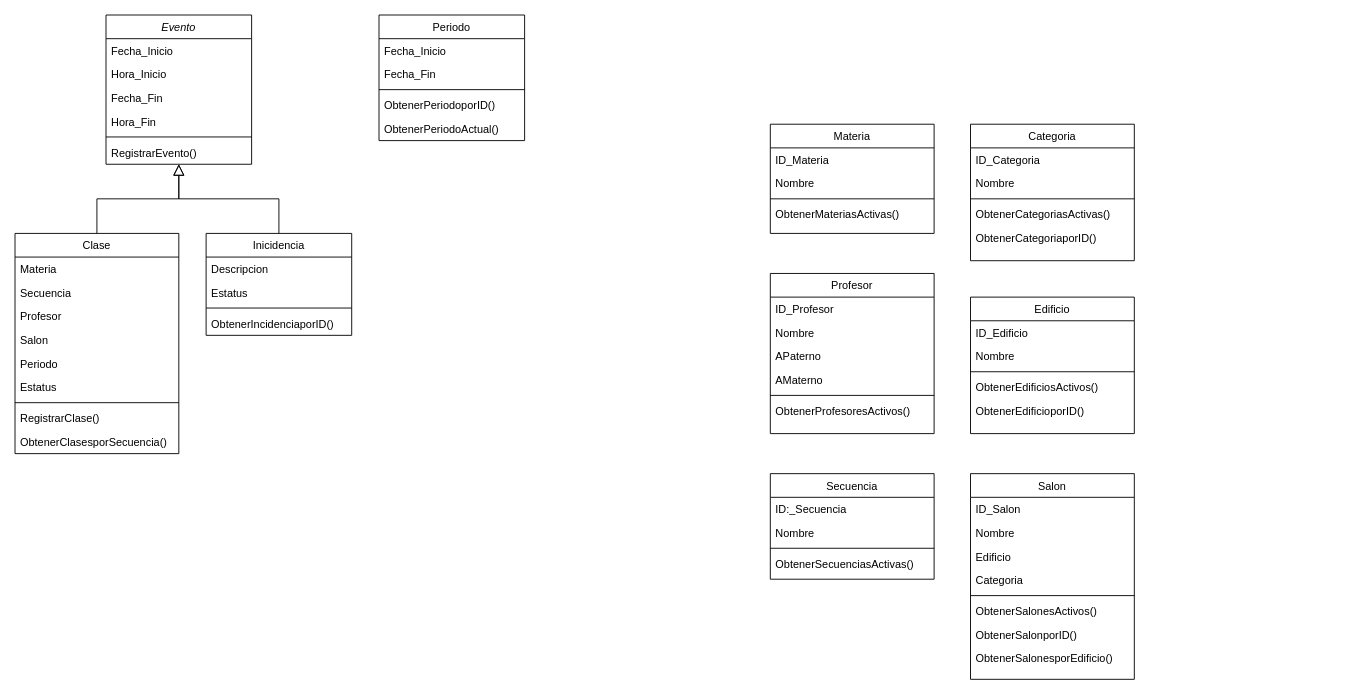
Above: app/Http/Controllers/Diagrama de Clases.drawio in licdavidob/Zeus (draw.io), before the change. Source tidied: cells renumbered, new cells numbered last; positions are measured from the earlier drawing's top-left corner, leaving out a move shared by most shapes. Both pictures are drawn from the tidied source at 91%, with x=0, y=0 at pixel (15, 15).
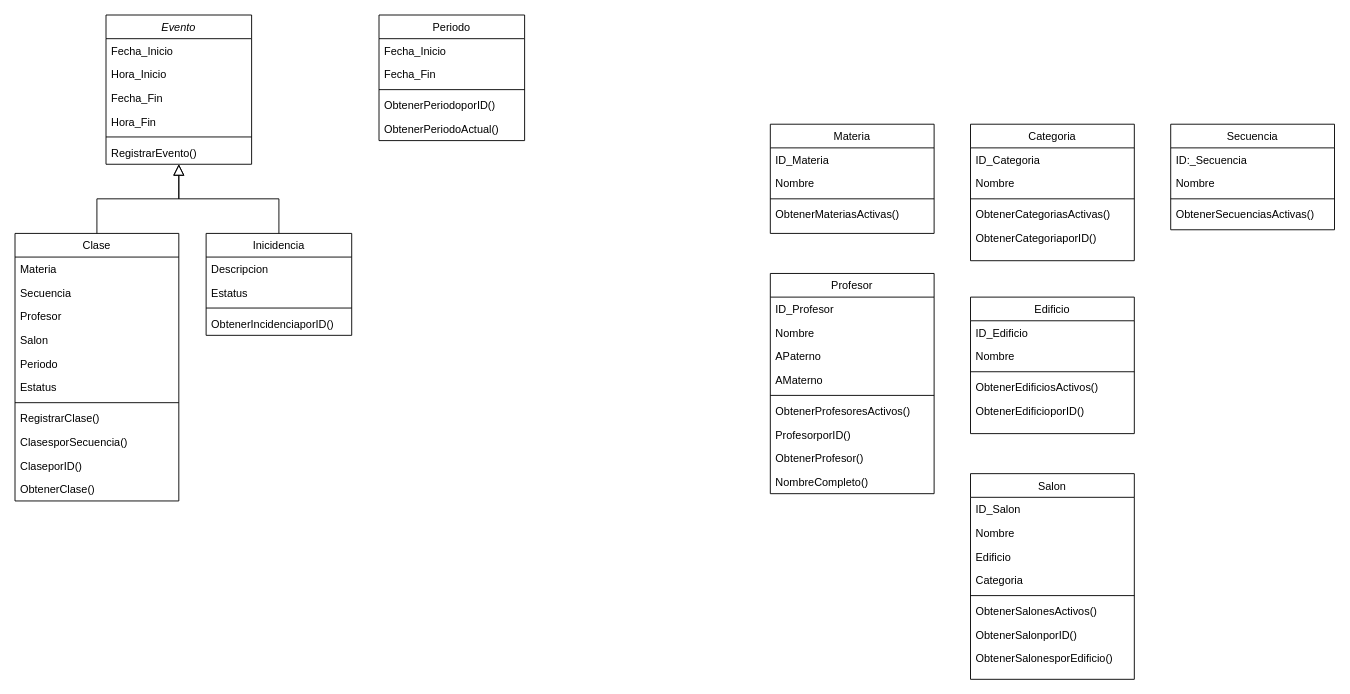
The same diagram, later.

Commit message (it also covers changes not shown here):
Se empezó a trabajar en las clases profesor y clase. Se modifico el diagrama de clases

Diff of the diagram source:
```diff
@@
     <mxCell id="9" value="Clase" style="swimlane;fontStyle=0;align=center;verticalAlign=top;horizontal=1;startSize=26;rounded=0;shadow=0;strokeWidth=1;" parent="1" vertex="1">
-      <mxGeometry y="240" width="180" height="242" as="geometry" />
+      <mxGeometry y="240" width="180" height="294" as="geometry" />
     </mxCell>
@@
-    <mxCell id="18" value="ObtenerClasesporSecuencia()" style="text;align=left;verticalAlign=top;spacingLeft=4;spacingRight=4;overflow=hidden;" parent="9" vertex="1">
+    <mxCell id="18" value="ClasesporSecuencia()" style="text;align=left;verticalAlign=top;spacingLeft=4;spacingRight=4;overflow=hidden;" parent="9" vertex="1">
       <mxGeometry y="216" width="180" height="26" as="geometry" />
     </mxCell>
+    <mxCell id="70" value="ClaseporID()" style="text;align=left;verticalAlign=top;spacingLeft=4;spacingRight=4;overflow=hidden;" parent="9" vertex="1">
+      <mxGeometry y="242" width="180" height="26" as="geometry" />
+    </mxCell>
+    <mxCell id="71" value="ObtenerClase()" style="text;align=left;verticalAlign=top;spacingLeft=4;spacingRight=4;overflow=hidden;" parent="9" vertex="1">
+      <mxGeometry y="268" width="180" height="26" as="geometry" />
+    </mxCell>
@@
     <mxCell id="37" value="Profesor" style="swimlane;fontStyle=0;align=center;verticalAlign=top;horizontal=1;startSize=26;rounded=0;shadow=0;strokeWidth=1;" parent="1" vertex="1">
-      <mxGeometry x="830" y="284" width="180" height="176" as="geometry" />
+      <mxGeometry x="830" y="284" width="180" height="242" as="geometry" />
     </mxCell>
@@
+    <mxCell id="72" value="ProfesorporID()" style="text;align=left;verticalAlign=top;spacingLeft=4;spacingRight=4;overflow=hidden;" parent="37" vertex="1">
+      <mxGeometry y="164" width="180" height="26" as="geometry" />
+    </mxCell>
+    <mxCell id="73" value="ObtenerProfesor()" style="text;align=left;verticalAlign=top;spacingLeft=4;spacingRight=4;overflow=hidden;" parent="37" vertex="1">
+      <mxGeometry y="190" width="180" height="26" as="geometry" />
+    </mxCell>
+    <mxCell id="74" value="NombreCompleto()" style="text;align=left;verticalAlign=top;spacingLeft=4;spacingRight=4;overflow=hidden;" parent="37" vertex="1">
+      <mxGeometry y="216" width="180" height="26" as="geometry" />
+    </mxCell>
     <mxCell id="44" value="Secuencia" style="swimlane;fontStyle=0;align=center;verticalAlign=top;horizontal=1;startSize=26;rounded=0;shadow=0;strokeWidth=1;" parent="1" vertex="1">
-      <mxGeometry x="830" y="504" width="180" height="116" as="geometry" />
+      <mxGeometry x="1270" y="120" width="180" height="116" as="geometry" />
     </mxCell>
```
